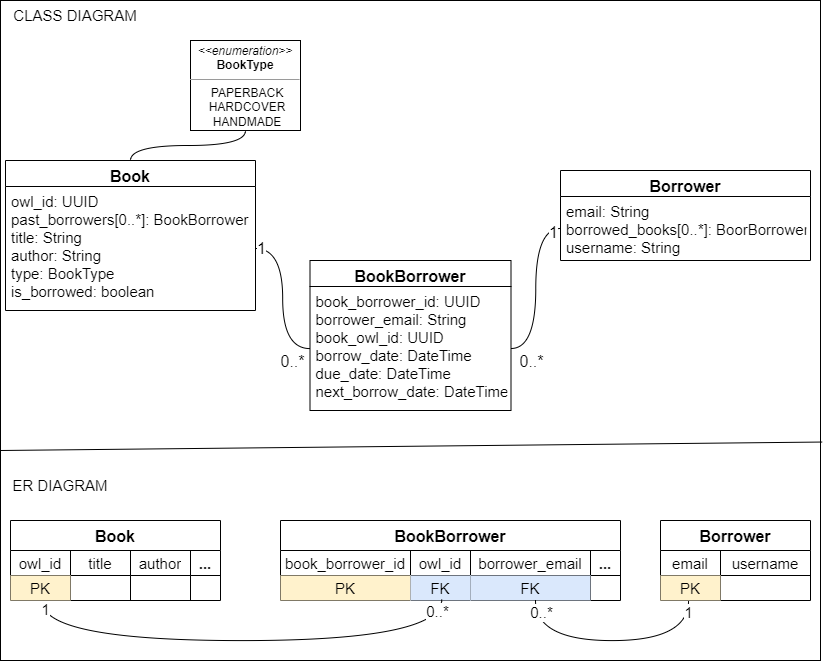
KartikShrivastava/owl_library keeps this draw.io diagram as diagrams/ClassAndERD.png. Above is the earlier version. Source tidied: cells renumbered, new cells last; positions are measured from the earlier drawing's top-left corner, leaving out a move shared by most shapes. Source of this version:
```xml
<mxGraphModel>
  <root>
    <mxCell id="0" />
    <mxCell id="1" parent="0" />
    <mxCell id="2" style="rounded=0;whiteSpace=wrap;html=1;fontSize=15;" parent="1" vertex="1">
      <mxGeometry width="820" height="660" as="geometry" />
    </mxCell>
    <mxCell id="3" value="Book" style="swimlane;fontStyle=1;align=center;verticalAlign=top;horizontal=1;startSize=26;fontSize=16;" parent="1" vertex="1">
      <mxGeometry x="5" y="160" width="250" height="150" as="geometry" />
    </mxCell>
    <mxCell id="4" value="owl_id: UUID&#10;past_borrowers[0..*]: BookBorrower&#10;title: String&#10;author: String&#10;type: BookType&#10;is_borrowed: boolean" style="text;strokeColor=none;fillColor=none;align=left;verticalAlign=top;spacingLeft=4;spacingRight=4;overflow=hidden;points=[[0,0.5],[1,0.5]];portConstraint=eastwest;fontSize=15;" parent="3" vertex="1">
      <mxGeometry y="26" width="250" height="124" as="geometry" />
    </mxCell>
    <mxCell id="5" value="&lt;p style=&quot;margin: 4px 0px 0px;&quot;&gt;&lt;i&gt;&amp;lt;&amp;lt;enumeration&amp;gt;&amp;gt;&lt;/i&gt;&lt;br&gt;&lt;b&gt;BookType&lt;/b&gt;&lt;/p&gt;&lt;hr size=&quot;1&quot;&gt;&lt;p style=&quot;margin:0px;margin-left:4px;&quot;&gt;PAPERBACK&lt;/p&gt;&lt;p style=&quot;margin:0px;margin-left:4px;&quot;&gt;HARDCOVER&lt;/p&gt;&lt;p style=&quot;margin:0px;margin-left:4px;&quot;&gt;HANDMADE&lt;/p&gt;" style="verticalAlign=top;align=center;overflow=fill;fontSize=12;fontFamily=Helvetica;html=1;" parent="1" vertex="1">
      <mxGeometry x="190" y="40" width="110" height="90" as="geometry" />
    </mxCell>
    <mxCell id="6" value="BookBorrower" style="swimlane;fontStyle=1;align=center;verticalAlign=top;horizontal=1;startSize=26;fontSize=16;" parent="1" vertex="1">
      <mxGeometry x="309.5" y="260" width="201" height="150" as="geometry" />
    </mxCell>
    <mxCell id="7" value="book_borrower_id: UUID&#10;borrower_email: String&#10;book_owl_id: UUID&#10;borrow_date: DateTime&#10;due_date: DateTime&#10;next_borrow_date: DateTime" style="text;strokeColor=none;fillColor=none;align=left;verticalAlign=top;spacingLeft=4;spacingRight=4;overflow=hidden;points=[[0,0.5],[1,0.5]];portConstraint=eastwest;fontSize=15;" parent="6" vertex="1">
      <mxGeometry y="26" width="201" height="124" as="geometry" />
    </mxCell>
    <mxCell id="8" value="Borrower" style="swimlane;fontStyle=1;align=center;verticalAlign=top;horizontal=1;startSize=26;fontSize=16;" parent="1" vertex="1">
      <mxGeometry x="560" y="170" width="250" height="90" as="geometry" />
    </mxCell>
    <mxCell id="9" value="email: String&#10;borrowed_books[0..*]: BoorBorrower&#10;username: String" style="text;strokeColor=none;fillColor=none;align=left;verticalAlign=top;spacingLeft=4;spacingRight=4;overflow=hidden;points=[[0,0.5],[1,0.5]];portConstraint=eastwest;fontSize=15;" parent="8" vertex="1">
      <mxGeometry y="26" width="250" height="64" as="geometry" />
    </mxCell>
    <mxCell id="10" style="endArrow=none;html=1;rounded=0;fontSize=12;startSize=8;endSize=8;curved=1;entryX=1;entryY=0.5;entryDx=0;entryDy=0;edgeStyle=orthogonalEdgeStyle;" parent="1" edge="1" source="7" target="4">
      <mxGeometry relative="1" as="geometry" />
    </mxCell>
    <mxCell id="11" value="1" style="edgeLabel;html=1;align=center;verticalAlign=middle;fontSize=16;" parent="10" vertex="1">
      <mxGeometry x="0.94" y="-1" relative="1" as="geometry" />
    </mxCell>
    <mxCell id="12" value="0..*" style="edgeLabel;html=1;align=center;verticalAlign=middle;fontSize=16;" parent="10" vertex="1">
      <mxGeometry x="-0.93" relative="1" as="geometry">
        <mxPoint x="-13" y="12" as="offset" />
      </mxGeometry>
    </mxCell>
    <mxCell id="13" style="endArrow=none;html=1;rounded=0;fontSize=12;startSize=8;endSize=8;curved=1;entryX=0.5;entryY=1;entryDx=0;entryDy=0;exitX=0.5;exitY=0;exitDx=0;exitDy=0;edgeStyle=orthogonalEdgeStyle;" parent="1" edge="1" source="3" target="5">
      <mxGeometry relative="1" as="geometry" />
    </mxCell>
    <mxCell id="14" style="endArrow=none;html=1;rounded=0;fontSize=12;startSize=8;endSize=8;curved=1;exitX=1;exitY=0.5;exitDx=0;exitDy=0;entryX=0;entryY=0.5;entryDx=0;entryDy=0;edgeStyle=orthogonalEdgeStyle;" parent="1" edge="1" source="7" target="9">
      <mxGeometry relative="1" as="geometry" />
    </mxCell>
    <mxCell id="15" value="0..*" style="edgeLabel;html=1;align=center;verticalAlign=middle;fontSize=16;" parent="14" vertex="1">
      <mxGeometry x="-0.89" y="6" relative="1" as="geometry">
        <mxPoint x="10" y="18" as="offset" />
      </mxGeometry>
    </mxCell>
    <mxCell id="16" value="1" style="edgeLabel;html=1;align=center;verticalAlign=middle;fontSize=16;" parent="14" vertex="1">
      <mxGeometry x="0.92" y="-3" relative="1" as="geometry" />
    </mxCell>
    <mxCell id="17" value="Book" style="shape=table;startSize=30;fontStyle=1;align=center;fontSize=16;" parent="1" vertex="1">
      <mxGeometry x="10" y="520" width="210" height="80" as="geometry" />
    </mxCell>
    <mxCell id="18" style="shape=tableRow;horizontal=0;startSize=0;swimlaneHead=0;swimlaneBody=0;top=0;left=0;bottom=0;right=0;fillColor=none;fontSize=16;" parent="17" vertex="1">
      <mxGeometry y="30" width="210" height="25" as="geometry" />
    </mxCell>
    <mxCell id="19" value="owl_id" style="shape=partialRectangle;html=1;whiteSpace=wrap;fillColor=none;top=0;left=0;bottom=0;right=0;overflow=hidden;fontSize=15;" parent="18" vertex="1">
      <mxGeometry width="60" height="25" as="geometry" />
    </mxCell>
    <mxCell id="20" value="title" style="shape=partialRectangle;html=1;whiteSpace=wrap;fillColor=none;top=0;left=0;bottom=0;right=0;overflow=hidden;fontSize=15;" parent="18" vertex="1">
      <mxGeometry x="60" width="60" height="25" as="geometry" />
    </mxCell>
    <mxCell id="21" value="author" style="shape=partialRectangle;html=1;whiteSpace=wrap;fillColor=none;top=0;left=0;bottom=0;right=0;overflow=hidden;fontSize=15;" parent="18" vertex="1">
      <mxGeometry x="120" width="60" height="25" as="geometry" />
    </mxCell>
    <mxCell id="22" value="&lt;b&gt;...&lt;/b&gt;" style="shape=partialRectangle;html=1;whiteSpace=wrap;fillColor=none;top=0;left=0;bottom=0;right=0;overflow=hidden;fontSize=15;" parent="18" vertex="1">
      <mxGeometry x="180" width="30" height="25" as="geometry" />
    </mxCell>
    <mxCell id="23" style="shape=tableRow;horizontal=0;startSize=0;swimlaneHead=0;swimlaneBody=0;top=0;left=0;bottom=0;right=0;fillColor=none;points=[[0,0.5],[1,0.5]];portConstraint=eastwest;fontSize=16;" parent="17" vertex="1">
      <mxGeometry y="55" width="210" height="25" as="geometry" />
    </mxCell>
    <mxCell id="24" value="PK" style="shape=partialRectangle;html=1;whiteSpace=wrap;fillColor=#fff2cc;top=0;left=0;bottom=0;right=0;overflow=hidden;fontSize=15;strokeColor=#d6b656;" parent="23" vertex="1">
      <mxGeometry width="60" height="25" as="geometry" />
    </mxCell>
    <mxCell id="25" style="shape=partialRectangle;html=1;whiteSpace=wrap;fillColor=none;top=0;left=0;bottom=0;right=0;overflow=hidden;fontSize=15;" parent="23" vertex="1">
      <mxGeometry x="60" width="60" height="25" as="geometry" />
    </mxCell>
    <mxCell id="26" style="shape=partialRectangle;html=1;whiteSpace=wrap;fillColor=none;top=0;left=0;bottom=0;right=0;overflow=hidden;fontSize=15;" parent="23" vertex="1">
      <mxGeometry x="120" width="60" height="25" as="geometry" />
    </mxCell>
    <mxCell id="27" style="shape=partialRectangle;html=1;whiteSpace=wrap;fillColor=none;top=0;left=0;bottom=0;right=0;overflow=hidden;fontSize=15;" parent="23" vertex="1">
      <mxGeometry x="180" width="30" height="25" as="geometry" />
    </mxCell>
    <mxCell id="28" value="BookBorrower" style="shape=table;startSize=30;fontStyle=1;align=center;fontSize=16;" parent="1" vertex="1">
      <mxGeometry x="280" y="520" width="340" height="80" as="geometry" />
    </mxCell>
    <mxCell id="29" style="shape=tableRow;horizontal=0;startSize=0;swimlaneHead=0;swimlaneBody=0;top=0;left=0;bottom=0;right=0;fillColor=none;fontSize=16;" parent="28" vertex="1">
      <mxGeometry y="30" width="340" height="25" as="geometry" />
    </mxCell>
    <mxCell id="30" value="book_borrower_id" style="shape=partialRectangle;html=1;whiteSpace=wrap;fillColor=none;top=0;left=0;bottom=0;right=0;overflow=hidden;fontSize=15;" parent="29" vertex="1">
      <mxGeometry width="130" height="25" as="geometry" />
    </mxCell>
    <mxCell id="31" value="owl_id" style="shape=partialRectangle;html=1;whiteSpace=wrap;fillColor=none;top=0;left=0;bottom=0;right=0;overflow=hidden;fontSize=15;" parent="29" vertex="1">
      <mxGeometry x="130" width="60" height="25" as="geometry" />
    </mxCell>
    <mxCell id="32" value="borrower_email" style="shape=partialRectangle;html=1;whiteSpace=wrap;fillColor=none;top=0;left=0;bottom=0;right=0;overflow=hidden;fontSize=15;" parent="29" vertex="1">
      <mxGeometry x="190" width="120" height="25" as="geometry" />
    </mxCell>
    <mxCell id="33" value="&lt;b&gt;...&lt;/b&gt;" style="shape=partialRectangle;html=1;whiteSpace=wrap;fillColor=none;top=0;left=0;bottom=0;right=0;overflow=hidden;fontSize=15;" parent="29" vertex="1">
      <mxGeometry x="310" width="30" height="25" as="geometry" />
    </mxCell>
    <mxCell id="34" style="shape=tableRow;horizontal=0;startSize=0;swimlaneHead=0;swimlaneBody=0;top=0;left=0;bottom=0;right=0;fillColor=none;points=[[0,0.5],[1,0.5]];portConstraint=eastwest;fontSize=16;" parent="28" vertex="1">
      <mxGeometry y="55" width="340" height="25" as="geometry" />
    </mxCell>
    <mxCell id="35" value="PK" style="shape=partialRectangle;html=1;whiteSpace=wrap;fillColor=#fff2cc;top=0;left=0;bottom=0;right=0;overflow=hidden;fontSize=15;strokeColor=#d6b656;" parent="34" vertex="1">
      <mxGeometry width="130" height="25" as="geometry" />
    </mxCell>
    <mxCell id="36" value="FK" style="shape=partialRectangle;html=1;whiteSpace=wrap;fillColor=#dae8fc;top=0;left=0;bottom=0;right=0;overflow=hidden;fontSize=15;strokeColor=#6c8ebf;" parent="34" vertex="1">
      <mxGeometry x="130" width="60" height="25" as="geometry" />
    </mxCell>
    <mxCell id="37" value="FK" style="shape=partialRectangle;html=1;whiteSpace=wrap;fillColor=#dae8fc;top=0;left=0;bottom=0;right=0;overflow=hidden;fontSize=15;strokeColor=#6c8ebf;" parent="34" vertex="1">
      <mxGeometry x="190" width="120" height="25" as="geometry" />
    </mxCell>
    <mxCell id="38" style="shape=partialRectangle;html=1;whiteSpace=wrap;fillColor=none;top=0;left=0;bottom=0;right=0;overflow=hidden;fontSize=15;" parent="34" vertex="1">
      <mxGeometry x="310" width="30" height="25" as="geometry" />
    </mxCell>
    <mxCell id="39" value="Borrower" style="shape=table;startSize=30;fontStyle=1;align=center;fontSize=16;" parent="1" vertex="1">
      <mxGeometry x="660" y="520" width="150" height="80" as="geometry" />
    </mxCell>
    <mxCell id="40" style="shape=tableRow;horizontal=0;startSize=0;swimlaneHead=0;swimlaneBody=0;top=0;left=0;bottom=0;right=0;fillColor=none;fontSize=16;" parent="39" vertex="1">
      <mxGeometry y="30" width="150" height="25" as="geometry" />
    </mxCell>
    <mxCell id="41" value="email" style="shape=partialRectangle;html=1;whiteSpace=wrap;fillColor=none;top=0;left=0;bottom=0;right=0;overflow=hidden;fontSize=15;" parent="40" vertex="1">
      <mxGeometry width="60" height="25" as="geometry" />
    </mxCell>
    <mxCell id="42" value="username" style="shape=partialRectangle;html=1;whiteSpace=wrap;fillColor=none;top=0;left=0;bottom=0;right=0;overflow=hidden;fontSize=15;" parent="40" vertex="1">
      <mxGeometry x="60" width="90" height="25" as="geometry" />
    </mxCell>
    <mxCell id="43" style="shape=tableRow;horizontal=0;startSize=0;swimlaneHead=0;swimlaneBody=0;top=0;left=0;bottom=0;right=0;fillColor=none;points=[[0,0.5],[1,0.5]];portConstraint=eastwest;fontSize=16;" parent="39" vertex="1">
      <mxGeometry y="55" width="150" height="25" as="geometry" />
    </mxCell>
    <mxCell id="44" value="PK" style="shape=partialRectangle;html=1;whiteSpace=wrap;fillColor=#fff2cc;top=0;left=0;bottom=0;right=0;overflow=hidden;fontSize=15;strokeColor=#d6b656;" parent="43" vertex="1">
      <mxGeometry width="60" height="25" as="geometry" />
    </mxCell>
    <mxCell id="45" style="shape=partialRectangle;html=1;whiteSpace=wrap;fillColor=none;top=0;left=0;bottom=0;right=0;overflow=hidden;fontSize=15;" parent="43" vertex="1">
      <mxGeometry x="60" width="90" height="25" as="geometry" />
    </mxCell>
    <mxCell id="46" style="endArrow=none;html=1;rounded=0;fontSize=15;startSize=8;endSize=8;curved=1;edgeStyle=orthogonalEdgeStyle;exitX=0.474;exitY=0.96;exitDx=0;exitDy=0;exitPerimeter=0;entryX=0.152;entryY=1.04;entryDx=0;entryDy=0;entryPerimeter=0;" parent="1" edge="1" source="34" target="23">
      <mxGeometry relative="1" as="geometry">
        <Array as="points">
          <mxPoint x="441" y="640" />
          <mxPoint x="42" y="640" />
        </Array>
      </mxGeometry>
    </mxCell>
    <mxCell id="47" value="1" style="edgeLabel;html=1;align=center;verticalAlign=middle;fontSize=15;" parent="46" vertex="1">
      <mxGeometry x="0.97" y="-2" relative="1" as="geometry" />
    </mxCell>
    <mxCell id="48" value="0..*" style="edgeLabel;html=1;align=center;verticalAlign=middle;fontSize=15;" parent="46" vertex="1">
      <mxGeometry x="-0.96" y="-5" relative="1" as="geometry" />
    </mxCell>
    <mxCell id="49" style="endArrow=none;html=1;rounded=0;fontSize=15;startSize=8;endSize=8;curved=1;edgeStyle=orthogonalEdgeStyle;entryX=0.75;entryY=1;entryDx=0;entryDy=0;exitX=0.187;exitY=1;exitDx=0;exitDy=0;exitPerimeter=0;" parent="1" edge="1" source="43" target="28">
      <mxGeometry relative="1" as="geometry">
        <Array as="points">
          <mxPoint x="688" y="640" />
          <mxPoint x="535" y="640" />
        </Array>
      </mxGeometry>
    </mxCell>
    <mxCell id="50" value="1" style="edgeLabel;html=1;align=center;verticalAlign=middle;fontSize=15;" parent="49" vertex="1">
      <mxGeometry x="-0.91" y="-1" relative="1" as="geometry" />
    </mxCell>
    <mxCell id="51" value="0..*" style="edgeLabel;html=1;align=center;verticalAlign=middle;fontSize=15;" parent="49" vertex="1">
      <mxGeometry x="0.94" y="-2" relative="1" as="geometry">
        <mxPoint x="3" y="3" as="offset" />
      </mxGeometry>
    </mxCell>
    <mxCell id="52" value="CLASS DIAGRAM" style="text;html=1;strokeColor=none;fillColor=none;align=center;verticalAlign=middle;whiteSpace=wrap;rounded=0;fontSize=15;" parent="1" vertex="1">
      <mxGeometry width="150" height="30" as="geometry" />
    </mxCell>
    <mxCell id="53" value="ER DIAGRAM" style="text;html=1;strokeColor=none;fillColor=none;align=center;verticalAlign=middle;whiteSpace=wrap;rounded=0;fontSize=15;" parent="1" vertex="1">
      <mxGeometry y="470" width="120" height="30" as="geometry" />
    </mxCell>
    <mxCell id="54" style="endArrow=none;html=1;rounded=0;fontSize=15;startSize=8;endSize=8;curved=1;entryX=1.002;entryY=0.669;entryDx=0;entryDy=0;entryPerimeter=0;" parent="1" edge="1" target="2">
      <mxGeometry relative="1" as="geometry">
        <mxPoint y="450" as="sourcePoint" />
      </mxGeometry>
    </mxCell>
  </root>
</mxGraphModel>
```
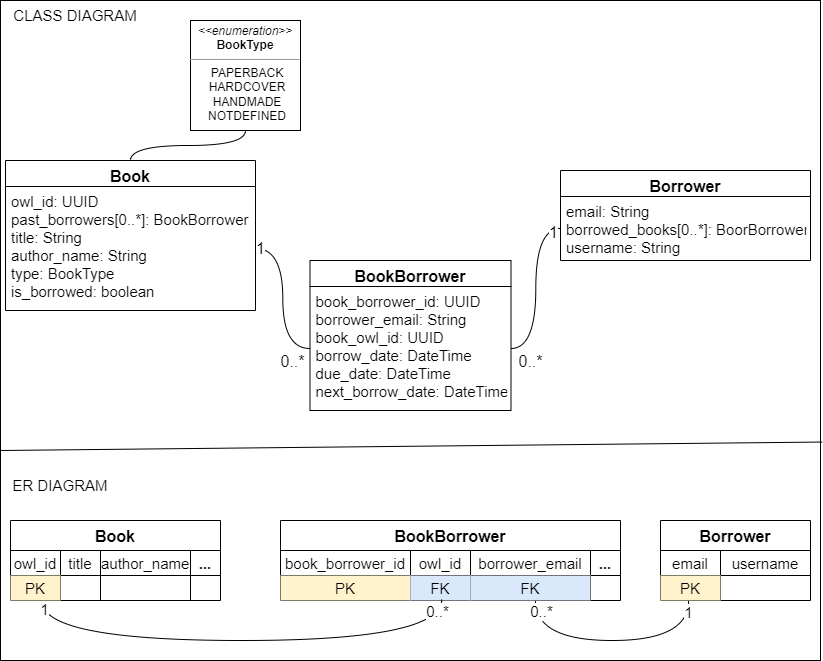
The same diagram one commit later.

What changed in the source:
```diff
@@ -8,11 +8,11 @@
     <mxCell id="3" value="Book" style="swimlane;fontStyle=1;align=center;verticalAlign=top;horizontal=1;startSize=26;fontSize=16;" parent="1" vertex="1">
       <mxGeometry x="5" y="160" width="250" height="150" as="geometry" />
     </mxCell>
-    <mxCell id="4" value="owl_id: UUID&#10;past_borrowers[0..*]: BookBorrower&#10;title: String&#10;author: String&#10;type: BookType&#10;is_borrowed: boolean" style="text;strokeColor=none;fillColor=none;align=left;verticalAlign=top;spacingLeft=4;spacingRight=4;overflow=hidden;points=[[0,0.5],[1,0.5]];portConstraint=eastwest;fontSize=15;" parent="3" vertex="1">
+    <mxCell id="4" value="owl_id: UUID&#10;past_borrowers[0..*]: BookBorrower&#10;title: String&#10;author_name: String&#10;type: BookType&#10;is_borrowed: boolean" style="text;strokeColor=none;fillColor=none;align=left;verticalAlign=top;spacingLeft=4;spacingRight=4;overflow=hidden;points=[[0,0.5],[1,0.5]];portConstraint=eastwest;fontSize=15;" parent="3" vertex="1">
       <mxGeometry y="26" width="250" height="124" as="geometry" />
     </mxCell>
-    <mxCell id="5" value="&lt;p style=&quot;margin: 4px 0px 0px;&quot;&gt;&lt;i&gt;&amp;lt;&amp;lt;enumeration&amp;gt;&amp;gt;&lt;/i&gt;&lt;br&gt;&lt;b&gt;BookType&lt;/b&gt;&lt;/p&gt;&lt;hr size=&quot;1&quot;&gt;&lt;p style=&quot;margin:0px;margin-left:4px;&quot;&gt;PAPERBACK&lt;/p&gt;&lt;p style=&quot;margin:0px;margin-left:4px;&quot;&gt;HARDCOVER&lt;/p&gt;&lt;p style=&quot;margin:0px;margin-left:4px;&quot;&gt;HANDMADE&lt;/p&gt;" style="verticalAlign=top;align=center;overflow=fill;fontSize=12;fontFamily=Helvetica;html=1;" parent="1" vertex="1">
-      <mxGeometry x="190" y="40" width="110" height="90" as="geometry" />
+    <mxCell id="5" value="&lt;p style=&quot;margin: 4px 0px 0px;&quot;&gt;&lt;i&gt;&amp;lt;&amp;lt;enumeration&amp;gt;&amp;gt;&lt;/i&gt;&lt;br&gt;&lt;b&gt;BookType&lt;/b&gt;&lt;/p&gt;&lt;hr size=&quot;1&quot;&gt;&lt;p style=&quot;margin:0px;margin-left:4px;&quot;&gt;PAPERBACK&lt;/p&gt;&lt;p style=&quot;margin:0px;margin-left:4px;&quot;&gt;HARDCOVER&lt;/p&gt;&lt;p style=&quot;margin:0px;margin-left:4px;&quot;&gt;HANDMADE&lt;/p&gt;&lt;p style=&quot;margin:0px;margin-left:4px;&quot;&gt;NOTDEFINED&lt;/p&gt;" style="verticalAlign=top;align=center;overflow=fill;fontSize=12;fontFamily=Helvetica;html=1;" parent="1" vertex="1">
+      <mxGeometry x="190" y="20" width="110" height="110" as="geometry" />
     </mxCell>
     <mxCell id="6" value="BookBorrower" style="swimlane;fontStyle=1;align=center;verticalAlign=top;horizontal=1;startSize=26;fontSize=16;" parent="1" vertex="1">
       <mxGeometry x="309.5" y="260" width="201" height="150" as="geometry" />
@@ -58,13 +58,13 @@
       <mxGeometry y="30" width="210" height="25" as="geometry" />
     </mxCell>
     <mxCell id="19" value="owl_id" style="shape=partialRectangle;html=1;whiteSpace=wrap;fillColor=none;top=0;left=0;bottom=0;right=0;overflow=hidden;fontSize=15;" parent="18" vertex="1">
-      <mxGeometry width="60" height="25" as="geometry" />
+      <mxGeometry width="50" height="25" as="geometry" />
     </mxCell>
     <mxCell id="20" value="title" style="shape=partialRectangle;html=1;whiteSpace=wrap;fillColor=none;top=0;left=0;bottom=0;right=0;overflow=hidden;fontSize=15;" parent="18" vertex="1">
-      <mxGeometry x="60" width="60" height="25" as="geometry" />
+      <mxGeometry x="50" width="40" height="25" as="geometry" />
     </mxCell>
-    <mxCell id="21" value="author" style="shape=partialRectangle;html=1;whiteSpace=wrap;fillColor=none;top=0;left=0;bottom=0;right=0;overflow=hidden;fontSize=15;" parent="18" vertex="1">
-      <mxGeometry x="120" width="60" height="25" as="geometry" />
+    <mxCell id="21" value="author_name" style="shape=partialRectangle;html=1;whiteSpace=wrap;fillColor=none;top=0;left=0;bottom=0;right=0;overflow=hidden;fontSize=15;" parent="18" vertex="1">
+      <mxGeometry x="90" width="90" height="25" as="geometry" />
     </mxCell>
     <mxCell id="22" value="&lt;b&gt;...&lt;/b&gt;" style="shape=partialRectangle;html=1;whiteSpace=wrap;fillColor=none;top=0;left=0;bottom=0;right=0;overflow=hidden;fontSize=15;" parent="18" vertex="1">
       <mxGeometry x="180" width="30" height="25" as="geometry" />
@@ -73,13 +73,13 @@
       <mxGeometry y="55" width="210" height="25" as="geometry" />
     </mxCell>
     <mxCell id="24" value="PK" style="shape=partialRectangle;html=1;whiteSpace=wrap;fillColor=#fff2cc;top=0;left=0;bottom=0;right=0;overflow=hidden;fontSize=15;strokeColor=#d6b656;" parent="23" vertex="1">
-      <mxGeometry width="60" height="25" as="geometry" />
+      <mxGeometry width="50" height="25" as="geometry" />
     </mxCell>
     <mxCell id="25" style="shape=partialRectangle;html=1;whiteSpace=wrap;fillColor=none;top=0;left=0;bottom=0;right=0;overflow=hidden;fontSize=15;" parent="23" vertex="1">
-      <mxGeometry x="60" width="60" height="25" as="geometry" />
+      <mxGeometry x="50" width="40" height="25" as="geometry" />
     </mxCell>
     <mxCell id="26" style="shape=partialRectangle;html=1;whiteSpace=wrap;fillColor=none;top=0;left=0;bottom=0;right=0;overflow=hidden;fontSize=15;" parent="23" vertex="1">
-      <mxGeometry x="120" width="60" height="25" as="geometry" />
+      <mxGeometry x="90" width="90" height="25" as="geometry" />
     </mxCell>
     <mxCell id="27" style="shape=partialRectangle;html=1;whiteSpace=wrap;fillColor=none;top=0;left=0;bottom=0;right=0;overflow=hidden;fontSize=15;" parent="23" vertex="1">
       <mxGeometry x="180" width="30" height="25" as="geometry" />
```
